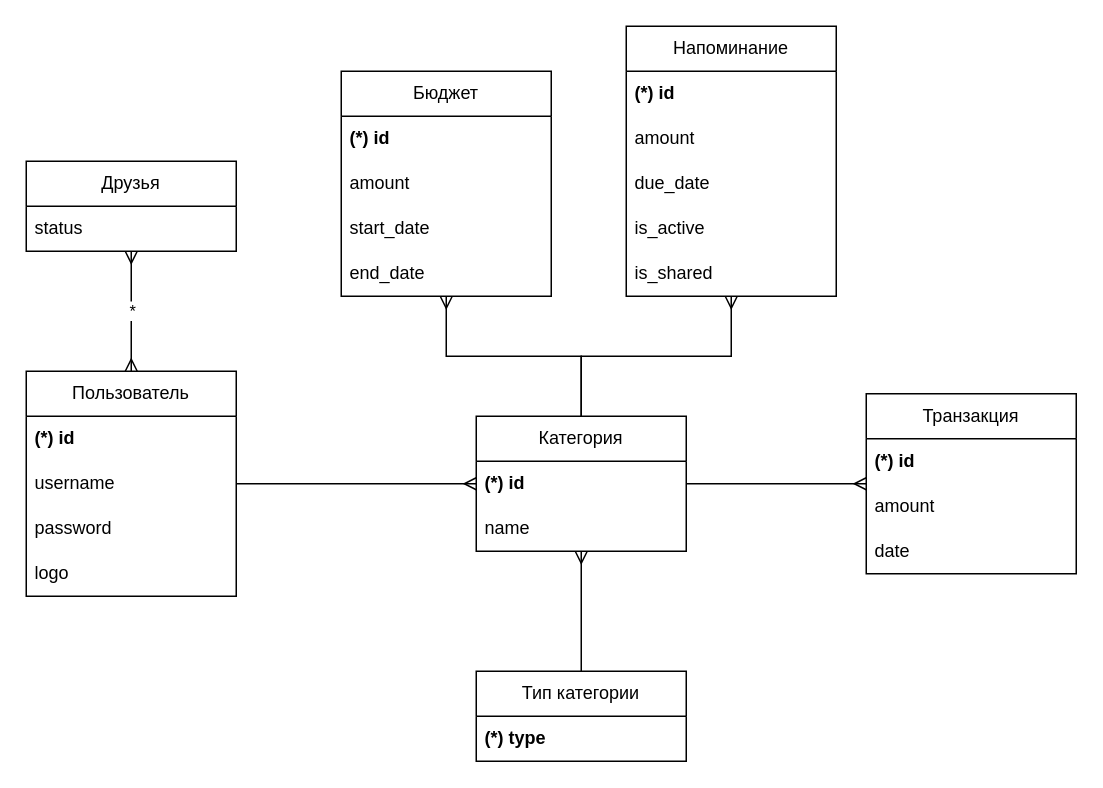
Before: doc/erd.drawio in dneovu/finance-tracker, a draw.io diagram. Source tidied: cells renumbered, new cells numbered last; positions are measured from the earlier drawing's top-left corner, leaving out a move shared by most shapes. Both pictures are drawn from the tidied source at 150%, with x=0, y=0 at pixel (26, 26).
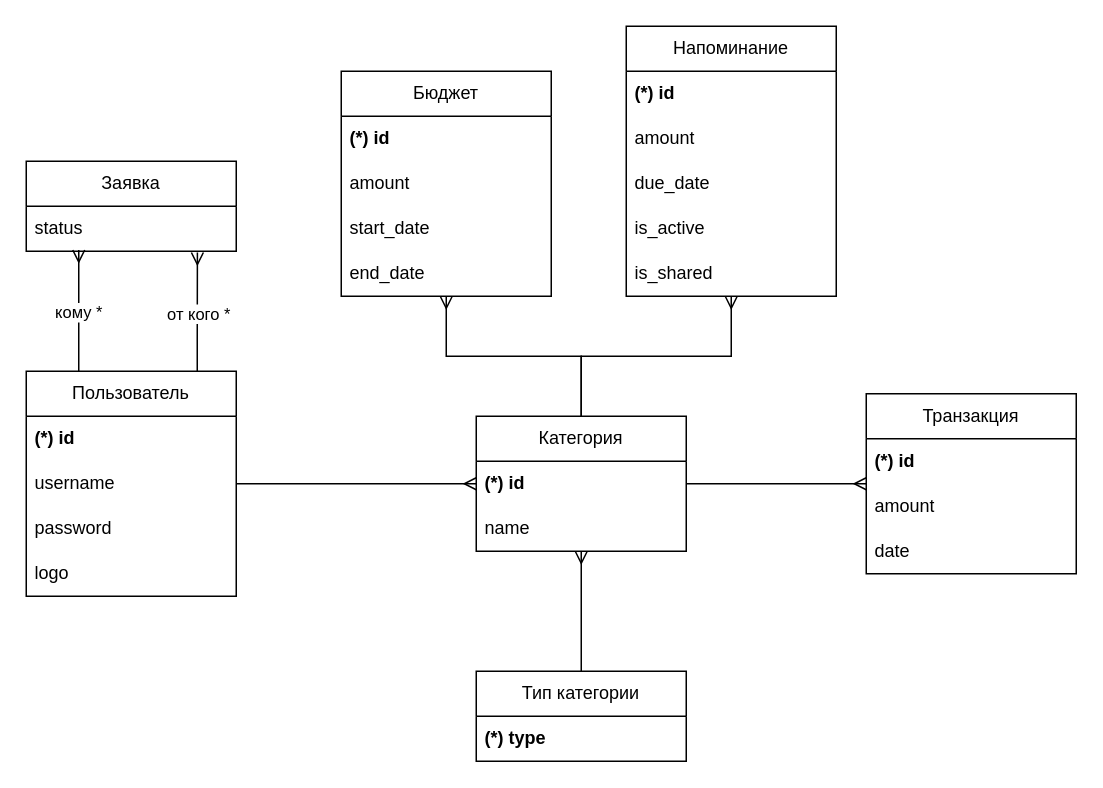
The same page after the edit.

The change refers to these unchanged cells:
```xml
<mxCell id="2" value="Пользователь" style="swimlane;fontStyle=0;horizontal=1;startSize=30;whiteSpace=wrap;html=1;" parent="1" vertex="1">
  <mxGeometry y="230" width="140" height="150" as="geometry" />
</mxCell>
<mxCell id="33" value="status" style="text;strokeColor=none;fillColor=none;align=left;verticalAlign=middle;spacingLeft=4;spacingRight=4;overflow=hidden;points=[[0,0.5],[1,0.5]];portConstraint=eastwest;whiteSpace=wrap;html=1;" parent="32" vertex="1">
  <mxGeometry y="30" width="140" height="30" as="geometry" />
</mxCell>
```

The edit, as a diff of the source:
```diff
@@
-    <mxCell id="32" value="Друзья" style="swimlane;fontStyle=0;horizontal=1;startSize=30;whiteSpace=wrap;html=1;" parent="1" vertex="1">
+    <mxCell id="32" value="Заявка" style="swimlane;fontStyle=0;horizontal=1;startSize=30;whiteSpace=wrap;html=1;" parent="1" vertex="1">
       <mxGeometry y="90" width="140" height="60" as="geometry" />
     </mxCell>
@@
-    <mxCell id="34" style="edgeStyle=orthogonalEdgeStyle;rounded=0;jettySize=auto;html=1;endArrow=ERmany;startArrow=ERmany;endFill=0;" parent="1" edge="1" source="2" target="32">
-      <mxGeometry relative="1" as="geometry" />
-    </mxCell>
-    <mxCell id="35" value="*" style="edgeLabel;html=1;align=center;verticalAlign=middle;" parent="34" vertex="1">
-      <mxGeometry x="0.02" y="-2" relative="1" as="geometry">
-        <mxPoint x="-2" as="offset" />
-      </mxGeometry>
-    </mxCell>
+    <mxCell id="36" style="edgeStyle=orthogonalEdgeStyle;rounded=0;jettySize=auto;html=1;endArrow=ERmany;endFill=0;entryX=0.25;entryY=0.972;entryDx=0;entryDy=0;entryPerimeter=0;" parent="1" edge="1" source="2" target="33">
+      <mxGeometry relative="1" as="geometry">
+        <Array as="points">
+          <mxPoint x="35" y="210" />
+          <mxPoint x="35" y="210" />
+        </Array>
+      </mxGeometry>
+    </mxCell>
+    <mxCell id="37" value="кому *" style="edgeLabel;html=1;align=center;verticalAlign=middle;" parent="36" vertex="1">
+      <mxGeometry x="-0.1" y="1" relative="1" as="geometry">
+        <mxPoint y="-4" as="offset" />
+      </mxGeometry>
+    </mxCell>
+    <mxCell id="38" style="edgeStyle=orthogonalEdgeStyle;rounded=0;jettySize=auto;html=1;endArrow=ERmany;endFill=0;entryX=0.815;entryY=1.028;entryDx=0;entryDy=0;entryPerimeter=0;" parent="1" edge="1" source="2" target="33">
+      <mxGeometry relative="1" as="geometry">
+        <Array as="points">
+          <mxPoint x="114" y="210" />
+          <mxPoint x="114" y="210" />
+        </Array>
+      </mxGeometry>
+    </mxCell>
+    <mxCell id="39" value="от кого *" style="edgeLabel;html=1;align=center;verticalAlign=middle;" parent="38" vertex="1">
+      <mxGeometry x="-0.01" relative="1" as="geometry" />
+    </mxCell>
```
